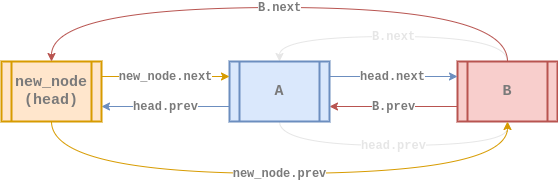
Earlier version of the draw.io export assets/images/data-structure/linked-list/cll-doubly-insert_at4.png (rolemadelen/euisblue.github.io). Source tidied: cells renumbered, new cells last; positions are measured from the earlier drawing's top-left corner, leaving out a move shared by most shapes.
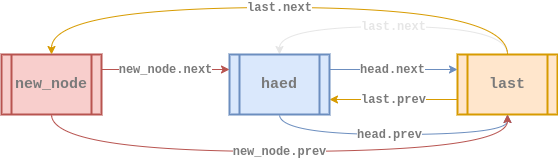
The same file after the commit.

Change to the diagram source:
```diff
@@ -2,58 +2,55 @@
   <root>
     <mxCell id="0" />
     <mxCell id="1" parent="0" />
-    <mxCell id="2" value="&lt;b style=&quot;color: rgb(0 , 0 , 0) ; font-size: 11px ; font-style: normal ; letter-spacing: normal ; text-align: center ; text-indent: 0px ; text-transform: none ; word-spacing: 0px ; font-family: &amp;#34;courier new&amp;#34;&quot;&gt;&lt;font color=&quot;#7a7a7a&quot; style=&quot;font-size: 12px&quot;&gt;B.prev&lt;/font&gt;&lt;/b&gt;" style="edgeStyle=none;rounded=0;sketch=0;jettySize=auto;html=1;exitX=0;exitY=0.75;exitDx=0;exitDy=0;entryX=1;entryY=0.75;entryDx=0;entryDy=0;strokeColor=#b85450;strokeWidth=1;fillColor=#f8cecc;" parent="1" edge="1" source="4" target="8">
+    <mxCell id="2" value="&lt;b style=&quot;color: rgb(0 , 0 , 0) ; font-size: 11px ; font-style: normal ; letter-spacing: normal ; text-align: center ; text-indent: 0px ; text-transform: none ; word-spacing: 0px ; font-family: &amp;#34;courier new&amp;#34;&quot;&gt;&lt;font color=&quot;#7a7a7a&quot; style=&quot;font-size: 12px&quot;&gt;last.prev&lt;/font&gt;&lt;/b&gt;" style="edgeStyle=none;rounded=0;sketch=0;jettySize=auto;html=1;exitX=0;exitY=0.75;exitDx=0;exitDy=0;entryX=1;entryY=0.75;entryDx=0;entryDy=0;strokeColor=#d79b00;strokeWidth=1;fillColor=#ffe6cc;" parent="1" edge="1" source="4" target="7">
       <mxGeometry relative="1" as="geometry" />
     </mxCell>
-    <mxCell id="3" value="&lt;b style=&quot;font-size: 11px ; font-style: normal ; letter-spacing: normal ; text-align: center ; text-indent: 0px ; text-transform: none ; word-spacing: 0px ; font-family: &amp;#34;courier new&amp;#34;&quot;&gt;&lt;font style=&quot;font-size: 12px&quot; color=&quot;#e6e6e6&quot;&gt;B.next&lt;/font&gt;&lt;/b&gt;" style="edgeStyle=orthogonalEdgeStyle;rounded=0;jettySize=auto;html=1;exitX=0.5;exitY=0;exitDx=0;exitDy=0;entryX=0.5;entryY=0;entryDx=0;entryDy=0;fillColor=#f8cecc;curved=1;strokeColor=#E6E6E6;" parent="1" edge="1" source="4" target="8">
+    <mxCell id="3" value="&lt;b style=&quot;font-size: 11px ; font-style: normal ; letter-spacing: normal ; text-align: center ; text-indent: 0px ; text-transform: none ; word-spacing: 0px ; font-family: &amp;#34;courier new&amp;#34;&quot;&gt;&lt;font style=&quot;font-size: 12px&quot; color=&quot;#e6e6e6&quot;&gt;last.next&lt;/font&gt;&lt;/b&gt;" style="edgeStyle=orthogonalEdgeStyle;rounded=0;jettySize=auto;html=1;exitX=0.5;exitY=0;exitDx=0;exitDy=0;entryX=0.5;entryY=0;entryDx=0;entryDy=0;curved=1;fillColor=#ffe6cc;strokeColor=#E6E6E6;" parent="1" edge="1" source="4" target="7">
       <mxGeometry relative="1" as="geometry">
         <Array as="points">
-          <mxPoint x="506" y="29" />
-          <mxPoint x="278" y="29" />
+          <mxPoint x="506" y="26" />
+          <mxPoint x="278" y="26" />
         </Array>
       </mxGeometry>
     </mxCell>
-    <mxCell id="4" value="&lt;b&gt;&lt;font style=&quot;font-size: 15px ; font-style: normal&quot; face=&quot;Courier New&quot; color=&quot;#7a7a7a&quot;&gt;B&lt;/font&gt;&lt;/b&gt;" style="shape=process;whiteSpace=wrap;html=1;backgroundOutline=1;fillColor=#f8cecc;strokeColor=#b85450;gradientDirection=east;strokeWidth=2;shadow=0;glass=0;sketch=0;fontStyle=2;" parent="1" vertex="1">
+    <mxCell id="4" value="&lt;b&gt;&lt;font style=&quot;font-size: 15px ; font-style: normal&quot; face=&quot;Courier New&quot; color=&quot;#7a7a7a&quot;&gt;last&lt;/font&gt;&lt;/b&gt;" style="shape=process;whiteSpace=wrap;html=1;backgroundOutline=1;fillColor=#ffe6cc;strokeColor=#d79b00;gradientDirection=east;strokeWidth=2;shadow=0;glass=0;sketch=0;fontStyle=2;" parent="1" vertex="1">
       <mxGeometry x="456" y="54" width="100" height="60" as="geometry" />
     </mxCell>
-    <mxCell id="5" value="&lt;b style=&quot;font-size: 11px ; letter-spacing: normal ; text-align: center ; text-indent: 0px ; text-transform: none ; word-spacing: 0px ; font-family: &amp;#34;courier new&amp;#34;&quot;&gt;&lt;font style=&quot;font-size: 12px&quot; color=&quot;#7a7a7a&quot;&gt;head.next&lt;/font&gt;&lt;/b&gt;" style="rounded=0;sketch=0;jettySize=auto;html=1;exitX=1;exitY=0.25;exitDx=0;exitDy=0;entryX=0;entryY=0.25;entryDx=0;entryDy=0;strokeColor=#6c8ebf;strokeWidth=1;fillColor=#dae8fc;fontStyle=0;" parent="1" edge="1" source="8" target="4">
+    <mxCell id="5" value="&lt;b style=&quot;font-size: 11px ; letter-spacing: normal ; text-align: center ; text-indent: 0px ; text-transform: none ; word-spacing: 0px ; font-family: &amp;#34;courier new&amp;#34;&quot;&gt;&lt;font style=&quot;font-size: 12px&quot; color=&quot;#7a7a7a&quot;&gt;head.next&lt;/font&gt;&lt;/b&gt;" style="rounded=0;sketch=0;jettySize=auto;html=1;exitX=1;exitY=0.25;exitDx=0;exitDy=0;entryX=0;entryY=0.25;entryDx=0;entryDy=0;strokeColor=#6c8ebf;strokeWidth=1;fillColor=#dae8fc;fontStyle=0;" parent="1" edge="1" source="7" target="4">
       <mxGeometry x="-0.01" relative="1" as="geometry" />
     </mxCell>
-    <mxCell id="6" value="&lt;b style=&quot;font-size: 11px ; font-style: normal ; letter-spacing: normal ; text-align: center ; text-indent: 0px ; text-transform: none ; word-spacing: 0px ; font-family: &amp;#34;courier new&amp;#34;&quot;&gt;&lt;font style=&quot;font-size: 12px&quot; color=&quot;#e6e6e6&quot;&gt;head.prev&lt;/font&gt;&lt;/b&gt;" style="edgeStyle=orthogonalEdgeStyle;curved=1;rounded=0;jettySize=auto;html=1;exitX=0.5;exitY=1;exitDx=0;exitDy=0;entryX=0.5;entryY=1;entryDx=0;entryDy=0;fillColor=#dae8fc;strokeColor=#E6E6E6;" parent="1" edge="1" source="8" target="4">
-      <mxGeometry relative="1" as="geometry">
+    <mxCell id="6" value="&lt;b style=&quot;color: rgb(0 , 0 , 0) ; font-size: 11px ; font-style: normal ; letter-spacing: normal ; text-align: center ; text-indent: 0px ; text-transform: none ; word-spacing: 0px ; font-family: &amp;#34;courier new&amp;#34;&quot;&gt;&lt;font color=&quot;#7a7a7a&quot; style=&quot;font-size: 12px&quot;&gt;head.prev&lt;/font&gt;&lt;/b&gt;" style="edgeStyle=orthogonalEdgeStyle;rounded=0;jettySize=auto;html=1;exitX=0.5;exitY=1;exitDx=0;exitDy=0;entryX=0.5;entryY=1;entryDx=0;entryDy=0;fillColor=#dae8fc;strokeColor=#6c8ebf;curved=1;" parent="1" edge="1" source="7" target="4">
+      <mxGeometry x="-0.03" relative="1" as="geometry">
         <Array as="points">
-          <mxPoint x="278" y="138" />
-          <mxPoint x="506" y="138" />
+          <mxPoint x="278" y="134" />
+          <mxPoint x="506" y="134" />
         </Array>
       </mxGeometry>
     </mxCell>
-    <mxCell id="7" value="&lt;b style=&quot;color: rgb(0 , 0 , 0) ; font-size: 11px ; font-style: normal ; letter-spacing: normal ; text-align: center ; text-indent: 0px ; text-transform: none ; word-spacing: 0px ; font-family: &amp;#34;courier new&amp;#34;&quot;&gt;&lt;font color=&quot;#7a7a7a&quot; style=&quot;font-size: 12px&quot;&gt;head.prev&lt;/font&gt;&lt;/b&gt;" style="edgeStyle=orthogonalEdgeStyle;rounded=0;jettySize=auto;html=1;exitX=0;exitY=0.75;exitDx=0;exitDy=0;entryX=1;entryY=0.75;entryDx=0;entryDy=0;fillColor=#dae8fc;strokeColor=#6c8ebf;" parent="1" edge="1" source="8" target="11">
-      <mxGeometry relative="1" as="geometry" />
+    <mxCell id="7" value="&lt;div&gt;&lt;font color=&quot;#7a7a7a&quot; face=&quot;courier new&quot; style=&quot;font-size: 15px&quot;&gt;haed&lt;/font&gt;&lt;/div&gt;" style="shape=process;whiteSpace=wrap;html=1;backgroundOutline=1;fillColor=#dae8fc;strokeColor=#6c8ebf;gradientDirection=east;strokeWidth=2;shadow=0;glass=0;align=center;sketch=0;fontStyle=1;" parent="1" vertex="1">
+      <mxGeometry x="228" y="54" width="100" height="60" as="geometry" />
     </mxCell>
-    <mxCell id="8" value="&lt;div&gt;&lt;font color=&quot;#7a7a7a&quot; face=&quot;courier new&quot; style=&quot;font-size: 15px&quot;&gt;A&lt;/font&gt;&lt;/div&gt;" style="shape=process;whiteSpace=wrap;html=1;backgroundOutline=1;fillColor=#dae8fc;strokeColor=#6c8ebf;gradientDirection=east;strokeWidth=2;shadow=0;glass=0;align=center;sketch=0;fontStyle=1;" parent="1" vertex="1">
-      <mxGeometry x="228" y="54" width="100" height="60" as="geometry" />
+    <mxCell id="8" value="&lt;font color=&quot;#7a7a7a&quot; face=&quot;courier new&quot;&gt;&lt;span style=&quot;font-size: 12px&quot;&gt;&lt;b&gt;new_node.next&lt;/b&gt;&lt;/span&gt;&lt;/font&gt;" style="edgeStyle=orthogonalEdgeStyle;curved=1;rounded=0;jettySize=auto;html=1;exitX=1;exitY=0.25;exitDx=0;exitDy=0;entryX=0;entryY=0.25;entryDx=0;entryDy=0;fillColor=#f8cecc;strokeColor=#b85450;" parent="1" edge="1" source="10" target="7">
+      <mxGeometry relative="1" as="geometry" />
     </mxCell>
-    <mxCell id="9" value="&lt;font color=&quot;#7a7a7a&quot; face=&quot;courier new&quot;&gt;&lt;span style=&quot;font-size: 12px&quot;&gt;&lt;b&gt;new_node.next&lt;/b&gt;&lt;/span&gt;&lt;/font&gt;" style="edgeStyle=orthogonalEdgeStyle;curved=1;rounded=0;jettySize=auto;html=1;exitX=1;exitY=0.25;exitDx=0;exitDy=0;entryX=0;entryY=0.25;entryDx=0;entryDy=0;fillColor=#ffe6cc;strokeColor=#d79b00;" parent="1" edge="1" source="11" target="8">
-      <mxGeometry relative="1" as="geometry" />
+    <mxCell id="9" value="&lt;b style=&quot;color: rgb(0 , 0 , 0) ; font-size: 11px ; font-style: normal ; letter-spacing: normal ; text-align: center ; text-indent: 0px ; text-transform: none ; word-spacing: 0px ; font-family: &amp;#34;courier new&amp;#34;&quot;&gt;&lt;font color=&quot;#7a7a7a&quot; style=&quot;font-size: 12px&quot;&gt;new_node.prev&lt;/font&gt;&lt;/b&gt;" style="edgeStyle=orthogonalEdgeStyle;curved=1;rounded=0;jettySize=auto;html=1;exitX=0.5;exitY=1;exitDx=0;exitDy=0;entryX=0.5;entryY=1;entryDx=0;entryDy=0;strokeColor=#b85450;fillColor=#f8cecc;" parent="1" edge="1" source="10" target="4">
+      <mxGeometry relative="1" as="geometry">
+        <Array as="points">
+          <mxPoint x="50" y="151" />
+          <mxPoint x="506" y="151" />
+        </Array>
+      </mxGeometry>
     </mxCell>
-    <mxCell id="10" value="&lt;b style=&quot;color: rgb(0 , 0 , 0) ; font-size: 11px ; font-style: normal ; letter-spacing: normal ; text-align: center ; text-indent: 0px ; text-transform: none ; word-spacing: 0px ; font-family: &amp;#34;courier new&amp;#34;&quot;&gt;&lt;font color=&quot;#7a7a7a&quot; style=&quot;font-size: 12px&quot;&gt;new_node.prev&lt;/font&gt;&lt;/b&gt;" style="edgeStyle=orthogonalEdgeStyle;curved=1;rounded=0;jettySize=auto;html=1;exitX=0.5;exitY=1;exitDx=0;exitDy=0;entryX=0.5;entryY=1;entryDx=0;entryDy=0;fillColor=#ffe6cc;strokeColor=#d79b00;" parent="1" edge="1" source="11" target="4">
-      <mxGeometry relative="1" as="geometry">
-        <Array as="points">
-          <mxPoint x="50" y="166" />
-          <mxPoint x="506" y="166" />
-        </Array>
-      </mxGeometry>
+    <mxCell id="10" value="&lt;div&gt;&lt;font color=&quot;#7a7a7a&quot; face=&quot;courier new&quot;&gt;&lt;span style=&quot;font-size: 15px&quot;&gt;new_node&lt;/span&gt;&lt;/font&gt;&lt;/div&gt;" style="shape=process;whiteSpace=wrap;html=1;backgroundOutline=1;fillColor=#f8cecc;strokeColor=#b85450;gradientDirection=east;strokeWidth=2;shadow=0;glass=0;align=center;sketch=0;fontStyle=1;" parent="1" vertex="1">
+      <mxGeometry y="54" width="100" height="60" as="geometry" />
     </mxCell>
-    <mxCell id="11" value="&lt;div&gt;&lt;font color=&quot;#7a7a7a&quot; face=&quot;courier new&quot; style=&quot;font-size: 15px&quot;&gt;new_node&lt;/font&gt;&lt;/div&gt;&lt;div&gt;&lt;font color=&quot;#7a7a7a&quot; face=&quot;courier new&quot; style=&quot;font-size: 15px&quot;&gt;(head)&lt;/font&gt;&lt;/div&gt;" style="shape=process;whiteSpace=wrap;html=1;backgroundOutline=1;fillColor=#ffe6cc;strokeColor=#d79b00;gradientDirection=east;strokeWidth=2;shadow=0;glass=0;align=center;sketch=0;fontStyle=1;" parent="1" vertex="1">
-      <mxGeometry y="54" width="100" height="60" as="geometry" />
+    <mxCell id="11" value="&lt;b style=&quot;color: rgb(0 , 0 , 0) ; font-size: 11px ; font-style: normal ; letter-spacing: normal ; text-align: center ; text-indent: 0px ; text-transform: none ; word-spacing: 0px ; font-family: &amp;#34;courier new&amp;#34;&quot;&gt;&lt;font color=&quot;#7a7a7a&quot; style=&quot;font-size: 12px&quot;&gt;last.next&lt;/font&gt;&lt;/b&gt;" style="edgeStyle=orthogonalEdgeStyle;rounded=0;jettySize=auto;html=1;exitX=0.5;exitY=0;exitDx=0;exitDy=0;entryX=0.5;entryY=0;entryDx=0;entryDy=0;strokeColor=#d79b00;curved=1;fillColor=#ffe6cc;" parent="1" edge="1" source="4" target="10">
+      <mxGeometry relative="1" as="geometry">
+        <Array as="points">
+          <mxPoint x="506" y="7" />
+          <mxPoint x="50" y="7" />
+        </Array>
+      </mxGeometry>
     </mxCell>
-    <mxCell id="12" value="&lt;b style=&quot;color: rgb(0 , 0 , 0) ; font-size: 11px ; font-style: normal ; letter-spacing: normal ; text-align: center ; text-indent: 0px ; text-transform: none ; word-spacing: 0px ; font-family: &amp;#34;courier new&amp;#34;&quot;&gt;&lt;font color=&quot;#7a7a7a&quot; style=&quot;font-size: 12px&quot;&gt;B.next&lt;/font&gt;&lt;/b&gt;" style="edgeStyle=orthogonalEdgeStyle;rounded=0;jettySize=auto;html=1;exitX=0.5;exitY=0;exitDx=0;exitDy=0;entryX=0.5;entryY=0;entryDx=0;entryDy=0;fillColor=#f8cecc;strokeColor=#b85450;curved=1;" parent="1" edge="1" source="4" target="11">
-      <mxGeometry relative="1" as="geometry">
-        <Array as="points">
-          <mxPoint x="506" />
-          <mxPoint x="50" />
-        </Array>
-      </mxGeometry>
-    </mxCell>
   </root>
 </mxGraphModel>
```
